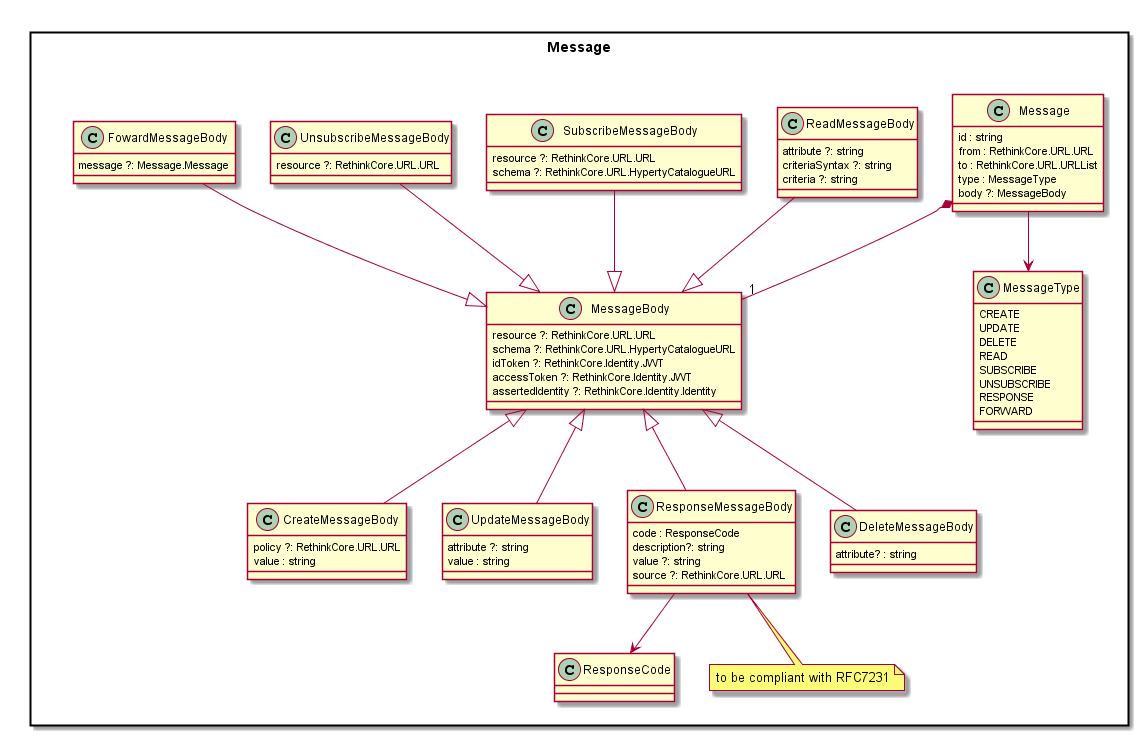
Before: docs/datamodel/Message-Data-Model.png, a diagram exported from PlantUML (reTHINK-project/dev-service-framework).
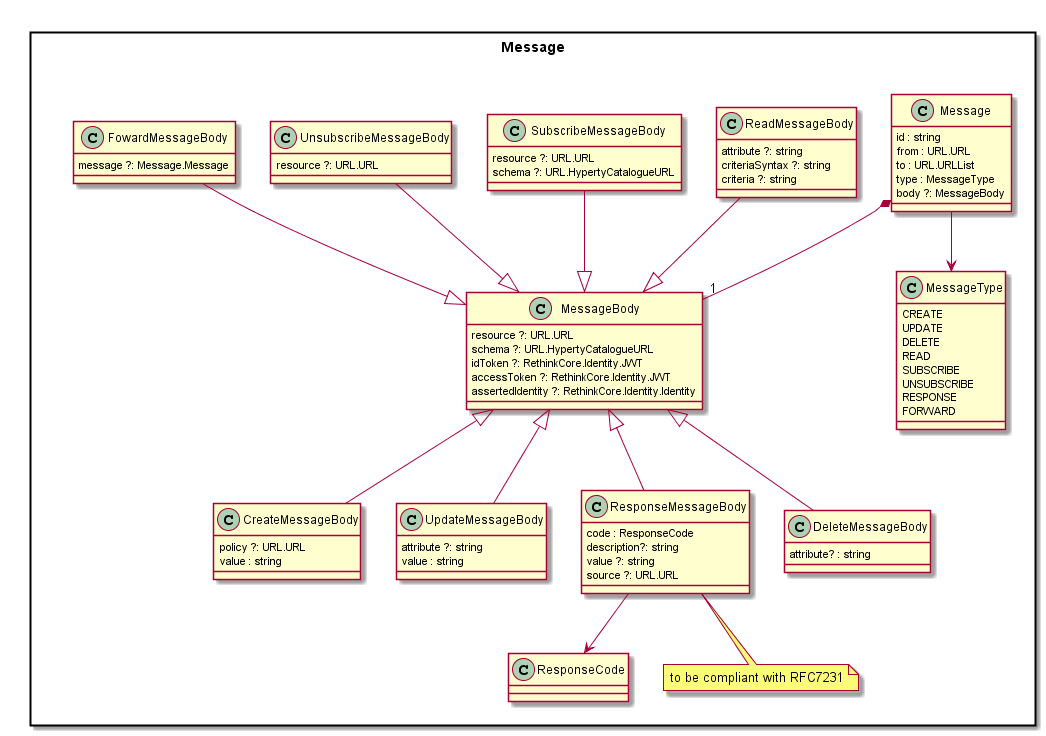
The same file after the commit.

Diff of the diagram source:
```diff
@@ -4,22 +4,22 @@
 
 	class Message {
 		id : string
-		from : RethinkCore.URL.URL
-		to : RethinkCore.URL.URLList
+		from : URL.URL
+		to : URL.URLList
 		type : MessageType
 		body ?: MessageBody
 	}
 
 	class MessageBody {
-		resource ?: RethinkCore.URL.URL
-		schema ?: RethinkCore.URL.HypertyCatalogueURL
+		resource ?: URL.URL
+		schema ?: URL.HypertyCatalogueURL
 		idToken ?: RethinkCore.Identity.JWT
 		accessToken ?: RethinkCore.Identity.JWT
 		assertedIdentity ?: RethinkCore.Identity.Identity
 	}
 
 	class CreateMessageBody {
-		policy ?: RethinkCore.URL.URL
+		policy ?: URL.URL
 		value : string
 	}
 
@@ -35,7 +35,7 @@
 		code : ResponseCode
 		description?: string
 		value ?: string
-		source ?: RethinkCore.URL.URL
+		source ?: URL.URL
 	}
 	note bottom : to be compliant with RFC7231
 
@@ -50,12 +50,12 @@
 	}
 
 	class SubscribeMessageBody {
-		resource ?: RethinkCore.URL.URL
-		schema ?: RethinkCore.URL.HypertyCatalogueURL
+		resource ?: URL.URL
+		schema ?: URL.HypertyCatalogueURL
 	}
 
 	class UnsubscribeMessageBody {
-		resource ?: RethinkCore.URL.URL
+		resource ?: URL.URL
 	}
 
 	class FowardMessageBody {
```
